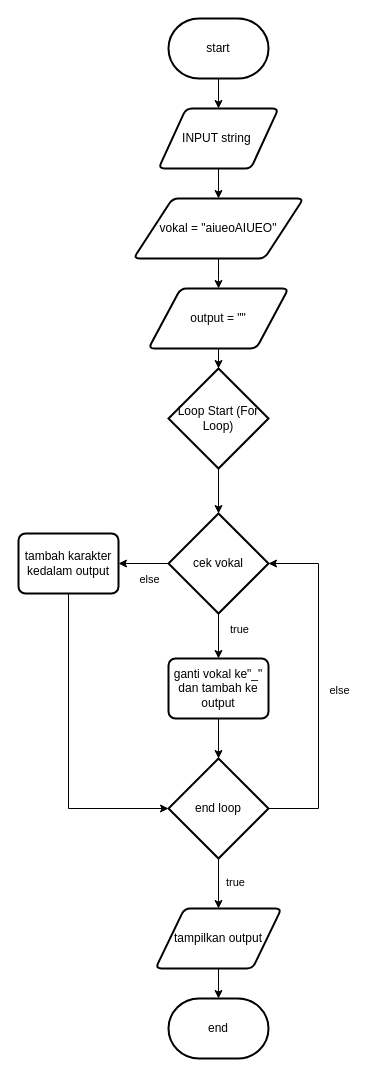
Mufty-arifin/Dibimbing keeps this draw.io diagram as page 5 of 5 of Tugas Flowchart.drawio. Above is the earlier version. Source tidied: cells renumbered, new cells numbered last; positions are measured from the earlier drawing's top-left corner, leaving out a move shared by most shapes. Both pictures are drawn from the tidied source at 100%, with x=0, y=0 at pixel (18, 18).
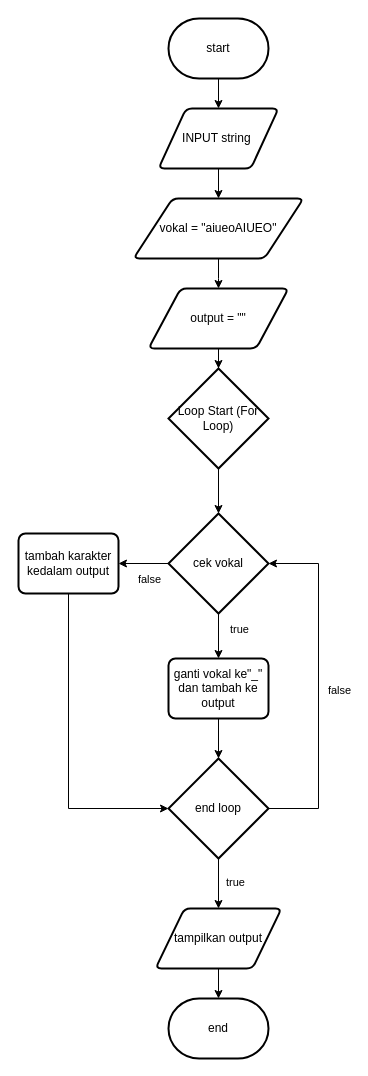
After the change.

Unchanged cells that the change refers to:
```xml
<mxCell id="14" style="edgeStyle=orthogonalEdgeStyle;rounded=0;jettySize=auto;html=1;" parent="1" edge="1" source="16" target="20">
  <mxGeometry relative="1" as="geometry" />
</mxCell>
<mxCell id="23" style="edgeStyle=orthogonalEdgeStyle;rounded=0;jettySize=auto;html=1;entryX=1;entryY=0.5;entryDx=0;entryDy=0;entryPerimeter=0;" parent="1" edge="1" source="25" target="16">
  <mxGeometry relative="1" as="geometry">
    <Array as="points">
      <mxPoint x="300" y="790" />
      <mxPoint x="300" y="545" />
    </Array>
  </mxGeometry>
</mxCell>
```

Diff of the diagram source:
```diff
@@
-    <mxCell id="15" value="else" style="edgeLabel;html=1;align=center;verticalAlign=middle;" parent="14" vertex="1">
+    <mxCell id="15" value="false" style="edgeLabel;html=1;align=center;verticalAlign=middle;" parent="14" vertex="1">
       <mxGeometry x="0.04" y="3" relative="1" as="geometry">
         <mxPoint x="6" y="12" as="offset" />
       </mxGeometry>
     </mxCell>
@@
-    <mxCell id="24" value="else" style="edgeLabel;html=1;align=center;verticalAlign=middle;" parent="23" vertex="1">
+    <mxCell id="24" value="false" style="edgeLabel;html=1;align=center;verticalAlign=middle;" parent="23" vertex="1">
       <mxGeometry x="-0.17" y="-1" relative="1" as="geometry">
         <mxPoint x="19" y="-26" as="offset" />
       </mxGeometry>
     </mxCell>
```
